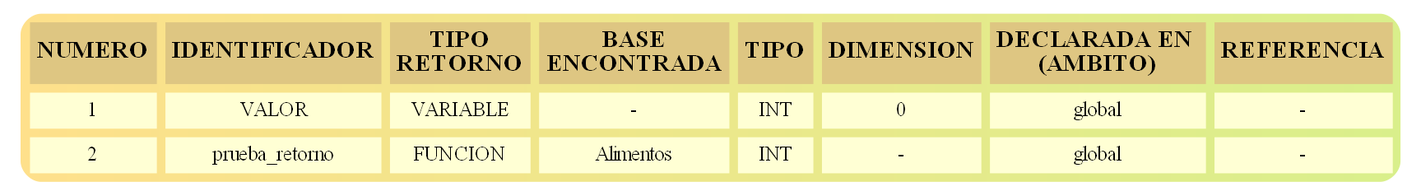
Eduardo1232000/OLC2-Proyecto1-3013805890101-2253625030901 keeps this Graphviz diagram as REPORTES/TABLA/Query1.png. Above is the earlier version. Its source is kept beside it as REPORTES/TABLA/Query1.dot.
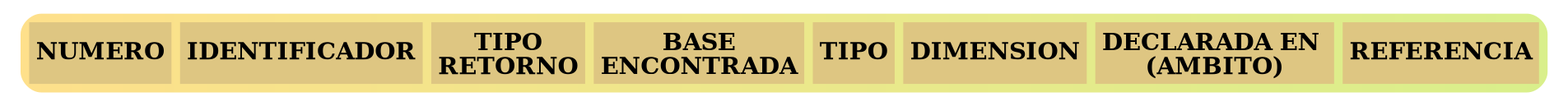
Later version of the same file.

The edit, as a diff of the source:
```diff
@@ -12,25 +12,5 @@
 <TD colspan="1" bgcolor="#DEC682"><FONT POINT-SIZE="14"><B>DECLARADA EN <br/>(AMBITO)</B></FONT></TD>
 <TD colspan="1" bgcolor="#DEC682"><FONT POINT-SIZE="14"><B>REFERENCIA</B></FONT></TD>
 </TR>
-<TR>
-<TD  colspan="1" bgcolor="#ffffd4"><FONT POINT-SIZE="12">1</FONT></TD>
-<TD  colspan="1" bgcolor="#ffffd4"><FONT POINT-SIZE="12">VALOR</FONT></TD>
-<TD  colspan="1" bgcolor="#ffffd4"><FONT POINT-SIZE="12">VARIABLE</FONT></TD>
-<TD  colspan="1" bgcolor="#ffffd4"><FONT POINT-SIZE="12">-</FONT></TD>
-<TD  colspan="1" bgcolor="#ffffd4"><FONT POINT-SIZE="12">INT</FONT></TD>
-<TD  colspan="1" bgcolor="#ffffd4"><FONT POINT-SIZE="12">0</FONT></TD>
-<TD  colspan="1" bgcolor="#ffffd4"><FONT POINT-SIZE="12">global</FONT></TD>
-<TD  colspan="1" bgcolor="#ffffd4"><FONT POINT-SIZE="12">-</FONT></TD>
-</TR>
-<TR>
-<TD  colspan="1" bgcolor="#ffffd4"><FONT POINT-SIZE="12">2</FONT></TD>
-<TD  colspan="1" bgcolor="#ffffd4"><FONT POINT-SIZE="12">prueba_retorno</FONT></TD>
-<TD  colspan="1" bgcolor="#ffffd4"><FONT POINT-SIZE="12">FUNCION</FONT></TD>
-<TD  colspan="1" bgcolor="#ffffd4"><FONT POINT-SIZE="12">Alimentos</FONT></TD>
-<TD  colspan="1" bgcolor="#ffffd4"><FONT POINT-SIZE="12">INT</FONT></TD>
-<TD  colspan="1" bgcolor="#ffffd4"><FONT POINT-SIZE="12">-</FONT></TD>
-<TD  colspan="1" bgcolor="#ffffd4"><FONT POINT-SIZE="12">global</FONT></TD>
-<TD  colspan="1" bgcolor="#ffffd4"><FONT POINT-SIZE="12">-</FONT></TD>
-</TR>
 </TABLE>>];
 }
```
